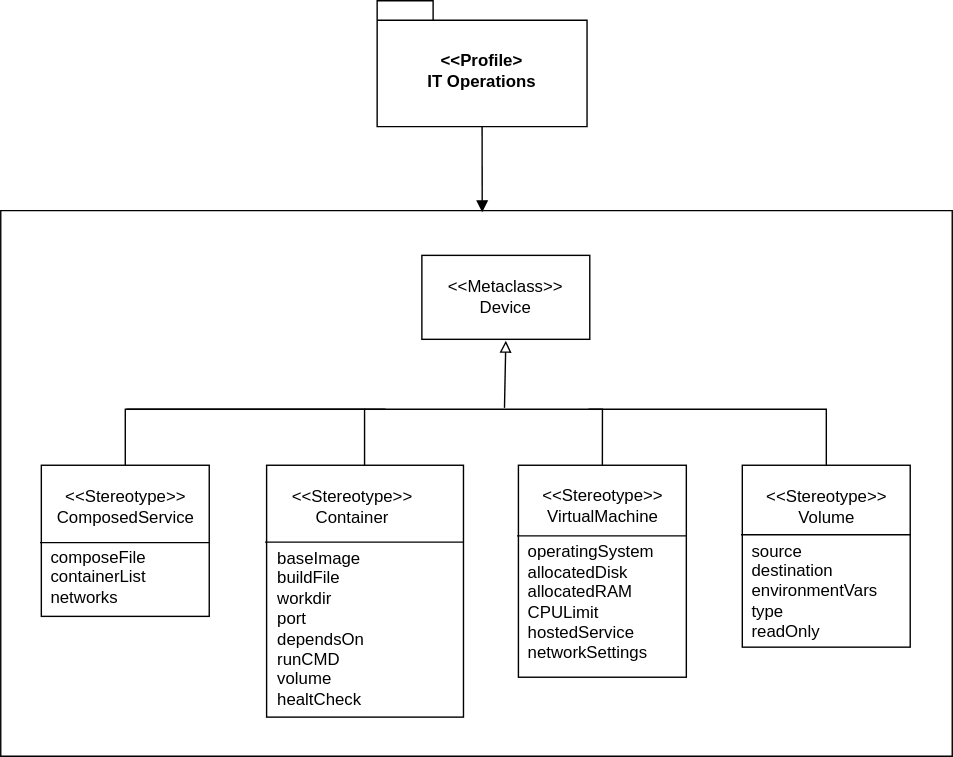
This is documentation/diagrams/profile-deployment.drawio.svg from pavelberanek91/gdtwins, a draw.io export, as it was before one commit. Source tidied: cells renumbered, new cells last; positions are measured from the earlier drawing's top-left corner, leaving out a move shared by most shapes.
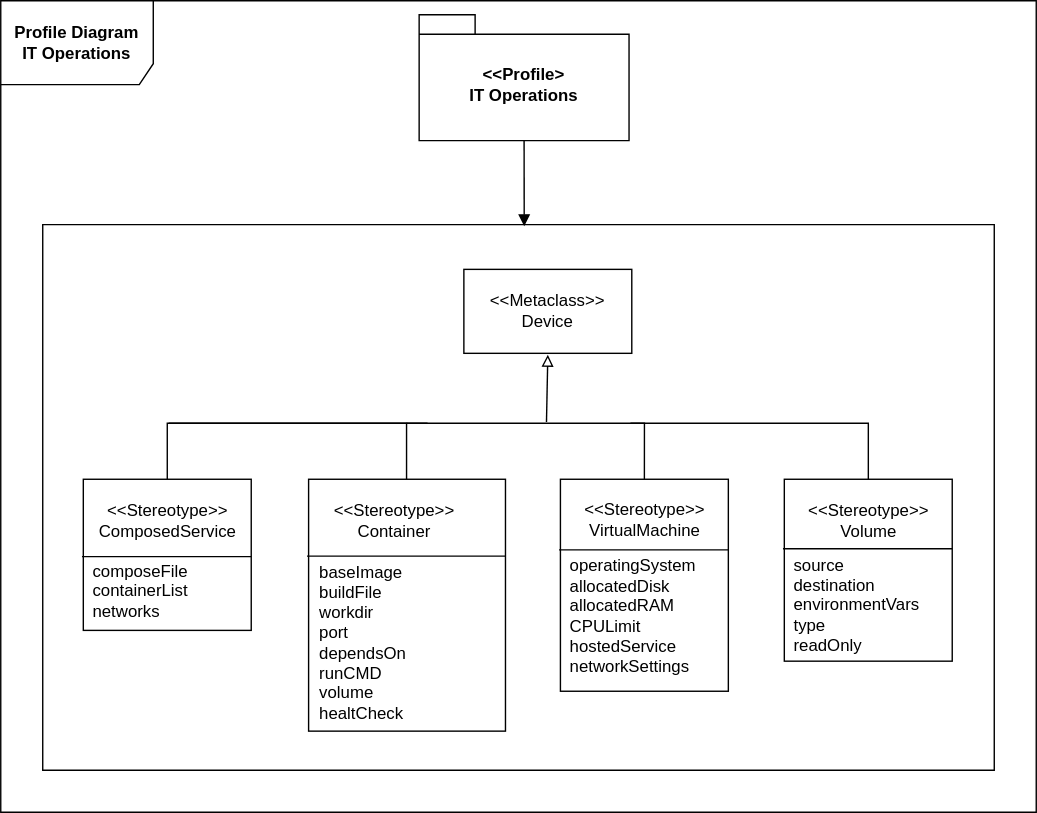
The same file after the commit.

Diff of the diagram source:
```diff
@@ -121,5 +121,8 @@
     <mxCell id="29" value="&lt;div&gt;operatingSystem&lt;br&gt;&lt;/div&gt;allocatedDisk&lt;div&gt;allocatedRAM&lt;/div&gt;&lt;div&gt;CPULimit&lt;/div&gt;&lt;div&gt;hostedService&lt;/div&gt;&lt;div&gt;networkSettings&lt;/div&gt;" style="text;html=1;align=left;verticalAlign=middle;strokeColor=none;fillColor=none;" parent="1" vertex="1">
       <mxGeometry x="375" y="380.1" width="110" height="100" as="geometry" />
     </mxCell>
+    <mxCell id="30" value="&lt;b&gt;Profile Diagram&lt;/b&gt;&lt;div&gt;&lt;b&gt;IT Operations&lt;/b&gt;&lt;/div&gt;" style="shape=umlFrame;whiteSpace=wrap;html=1;width=109;height=60;" parent="1" vertex="1">
+      <mxGeometry x="-30" y="-10" width="740" height="580" as="geometry" />
+    </mxCell>
   </root>
 </mxGraphModel>
```
